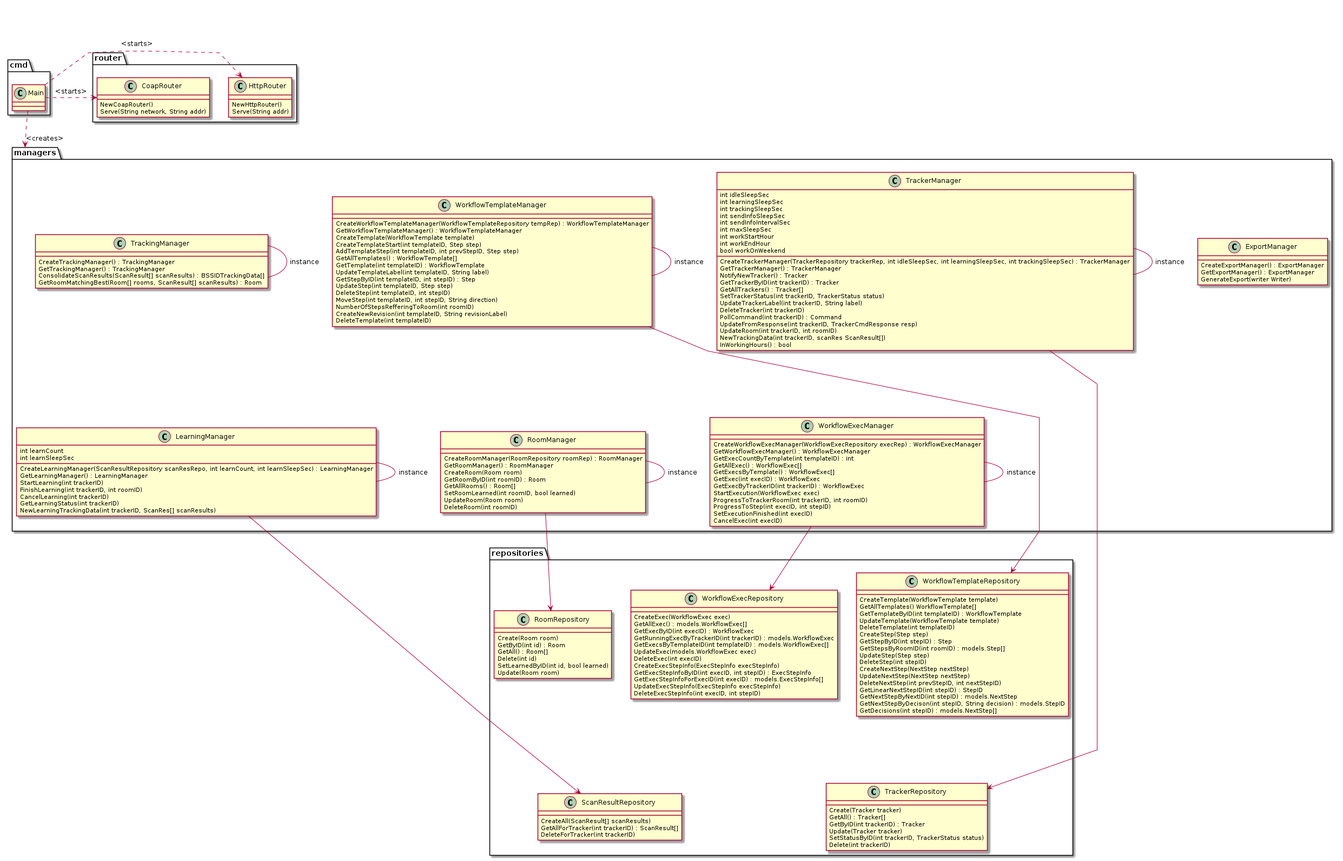
This is paper/images/server_architecture.png from glidingthroughspace/paper-tracker, a PlantUML export, as it was before one commit.
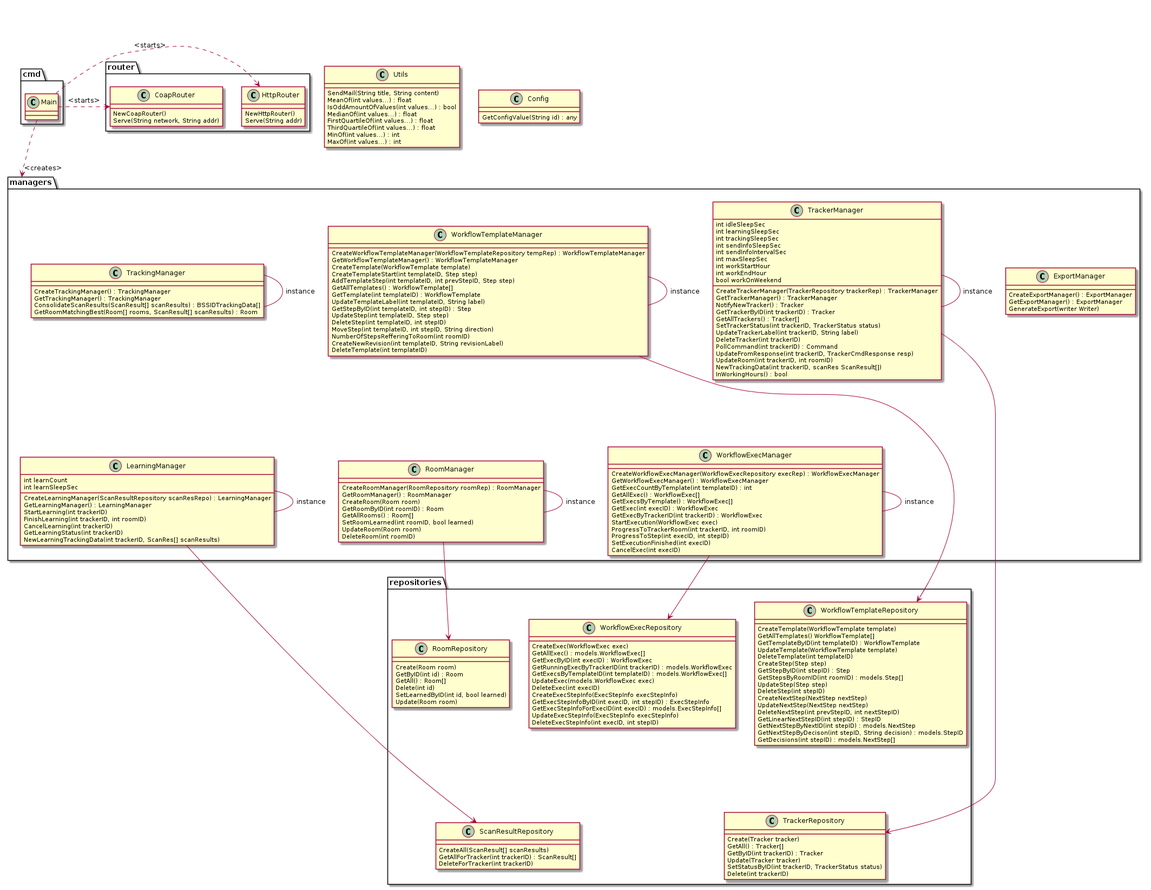
Above is the later version.

Commit message:
Paper: Revert accidental server_architecture changes

Diff of the diagram source:
```diff
@@ -1,9 +1,22 @@
 @startuml
-skinparam linetype polyline
-
 package cmd {
   class Main {
   }
+}
+
+class Utils {
+  SendMail(String title, String content)
+  MeanOf(int values...) : float
+  IsOddAmountOfValues(int values...) : bool
+  MedianOf(int values...) : float
+  FirstQuartileOf(int values...) : float
+  ThirdQuartileOf(int values...) : float
+  MinOf(int values...) : int
+  MaxOf(int values...) : int
+}
+
+class Config {
+  GetConfigValue(String id) : any
 }
 
 package router {
@@ -23,7 +36,7 @@
     int learnCount
     int learnSleepSec
 
-    CreateLearningManager(ScanResultRepository scanResRepo, int learnCount, int learnSleepSec) : LearningManager
+    CreateLearningManager(ScanResultRepository scanResRepo) : LearningManager
     GetLearningManager() : LearningManager
     StartLearning(int trackerID)
     FinishLearning(int trackerID, int roomID)
@@ -54,7 +67,7 @@
     int workEndHour
     bool workOnWeekend
 
-    CreateTrackerManager(TrackerRepository trackerRep, int idleSleepSec, int learningSleepSec, int trackingSleepSec) : TrackerManager
+    CreateTrackerManager(TrackerRepository trackerRep) : TrackerManager
     GetTrackerManager() : TrackerManager
     NotifyNewTracker() : Tracker
     GetTrackerByID(int trackerID) : Tracker
@@ -195,7 +208,7 @@
 Main .> HttpRouter : <starts>
 Main .> CoapRouter : <starts>
 
-HttpRouter -[hidden]- ExportManager
+Main -[hidden]- ExportManager
 
 WorkflowTemplateManager -[hidden]- RoomManager
 TrackingManager -[hidden]- LearningManager
```
